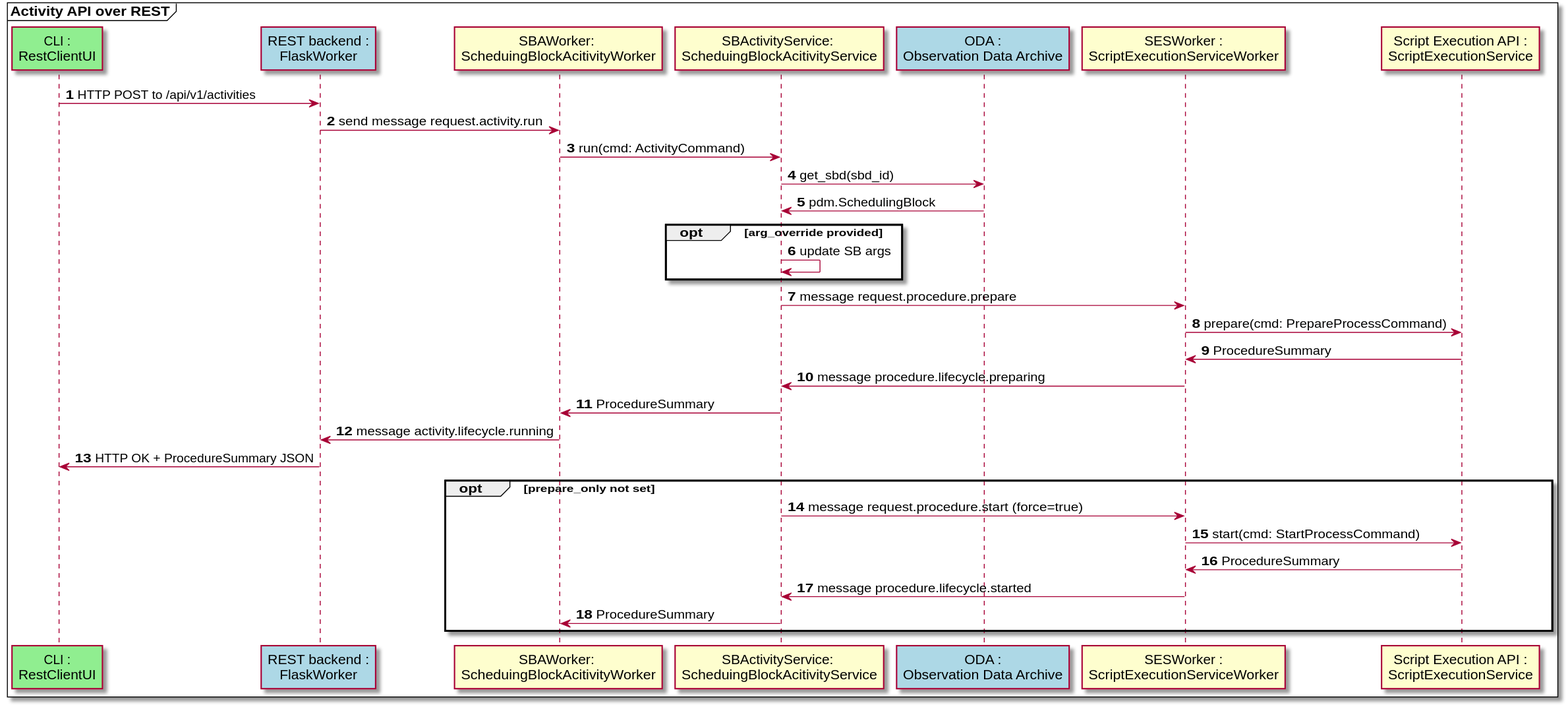
The PlantUML diagram docs/src/diagrams/export/backend_module_ui_sequence_activity_api_over_rest.svg in ska-telescope/observation-execution-tool, before a commit.
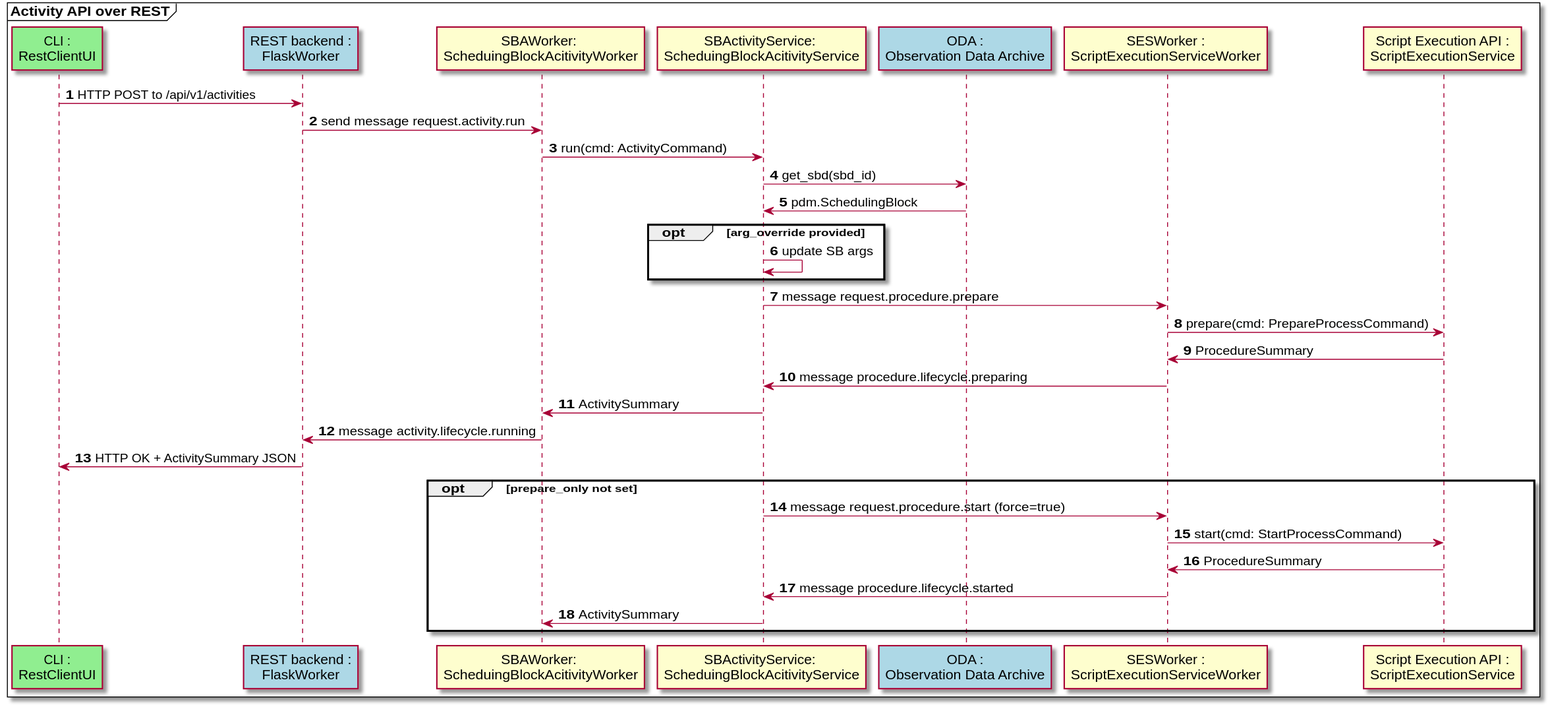
Above is the later version.

Commit message:
BTN-1541 Return ActivitySummary and split SESBlueprint to a separate diagram

What changed in the source:
```diff
@@ -33,11 +33,11 @@
 
 ScriptExecutionServiceWorker -> SBActivityService: message procedure.lifecycle.preparing
 
-SBActivityService -> SBActivityWorker: ProcedureSummary
+SBActivityService -> SBActivityWorker: ActivitySummary
 
 SBActivityWorker -> FlaskWorker: message activity.lifecycle.running
 
-cli <- FlaskWorker: HTTP OK + ProcedureSummary JSON
+cli <- FlaskWorker: HTTP OK + ActivitySummary JSON
 
 opt prepare_only not set
 SBActivityService -> ScriptExecutionServiceWorker: message request.procedure.start (force=true)
@@ -48,7 +48,7 @@
 
 ScriptExecutionServiceWorker -> SBActivityService: message procedure.lifecycle.started
 
-SBActivityService -> SBActivityWorker: ProcedureSummary
+SBActivityService -> SBActivityWorker: ActivitySummary
 
 end
 
```
